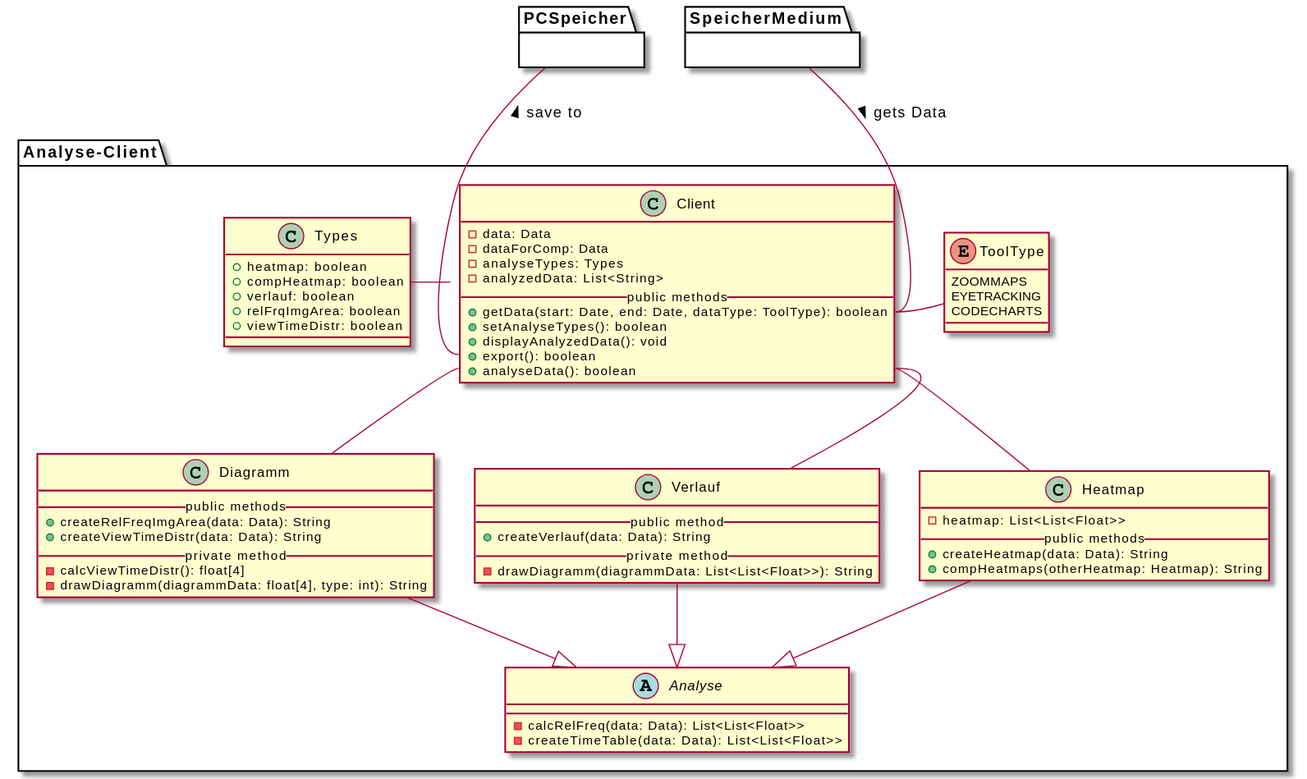
weichware10/meilensteine keeps this PlantUML diagram as meilenstein_03/uml-analyse-client/analyseclient.svg. Above is the earlier version.
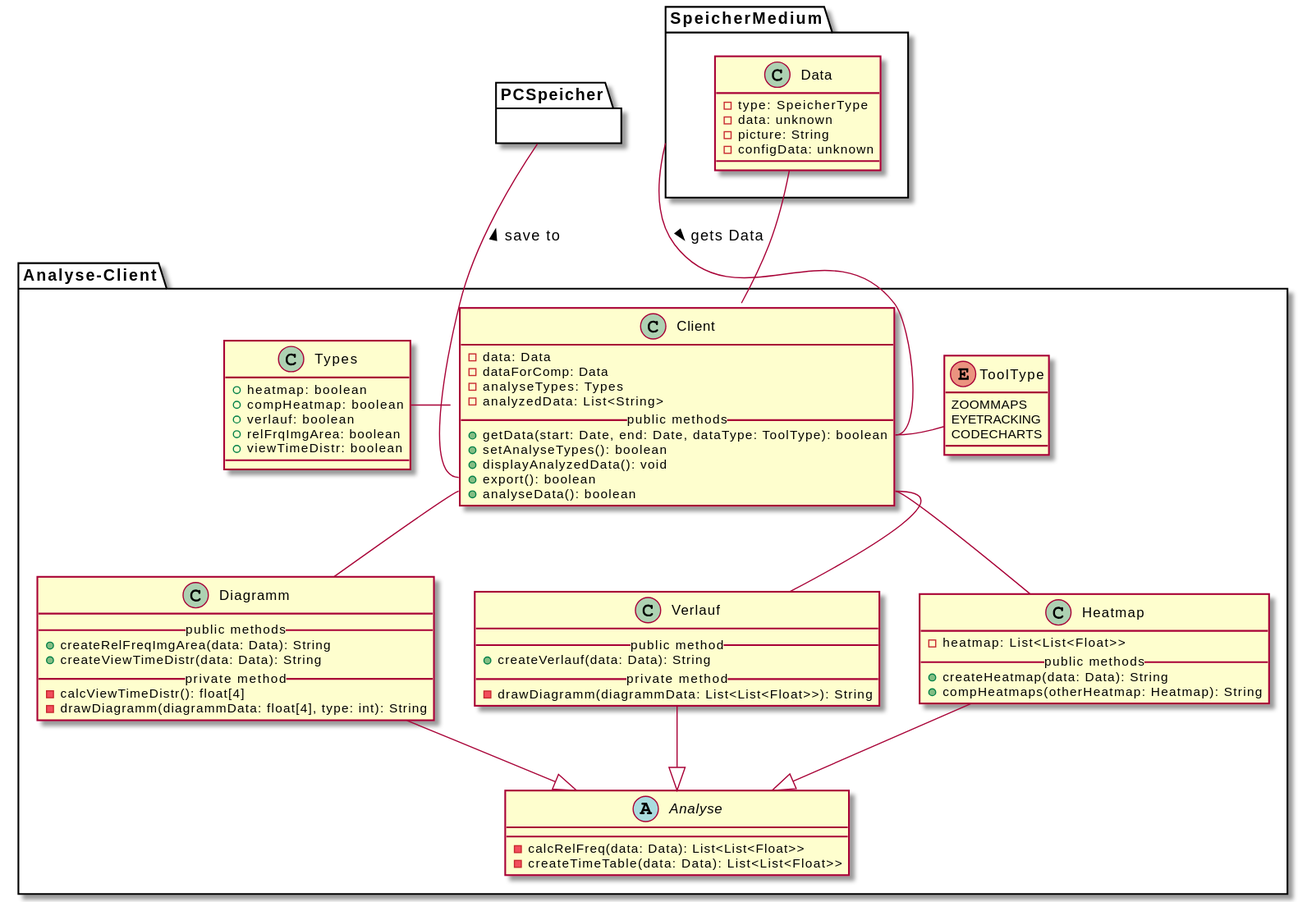
Above is the later version.

Commit message:
Render PlantUML SVGs

What changed in the source:
```diff
@@ -71,7 +71,18 @@
 
 }
 
-package SpeicherMedium {}
 
 package PCSpeicher {}
+
+package SpeicherMedium {
+
+  class Data {
+    - type: SpeicherType
+    - data: unknown
+    - picture: String
+    - configData: unknown
+  }
+}
+
+Client -u- Data
 @enduml
```
